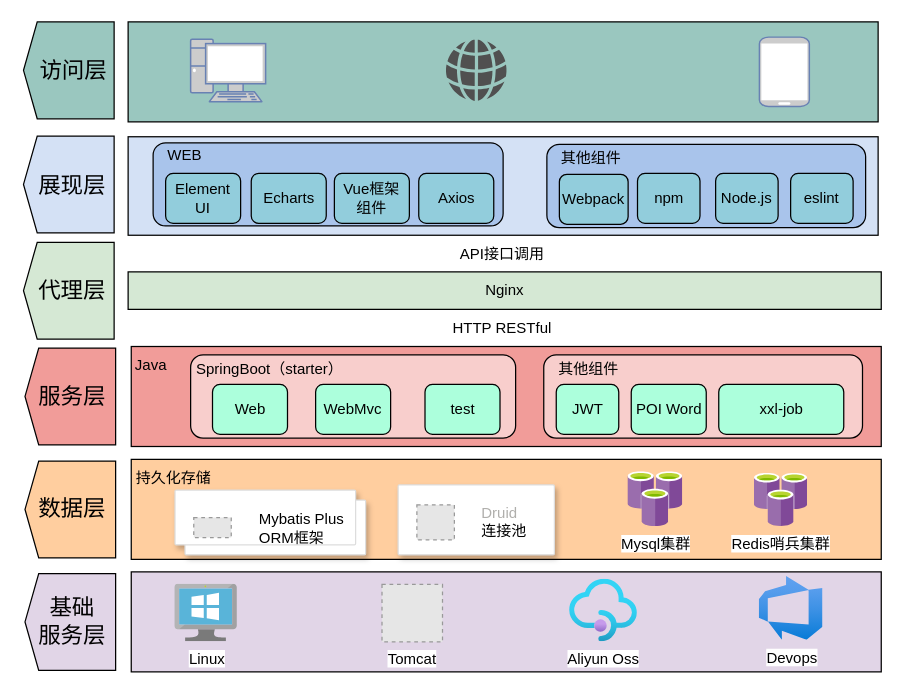
The draw.io diagram 未命名绘图.drawio in PXNPXN/MyHexo, before the edit. Source tidied: cells renumbered, new cells numbered last; positions are measured from the earlier drawing's top-left corner, leaving out a move shared by most shapes. Both pictures are drawn from the tidied source at 125%, with x=0, y=0 at pixel (20, 21). Pictures stored in the file or linked from it are replaced by grey dashed boxes.
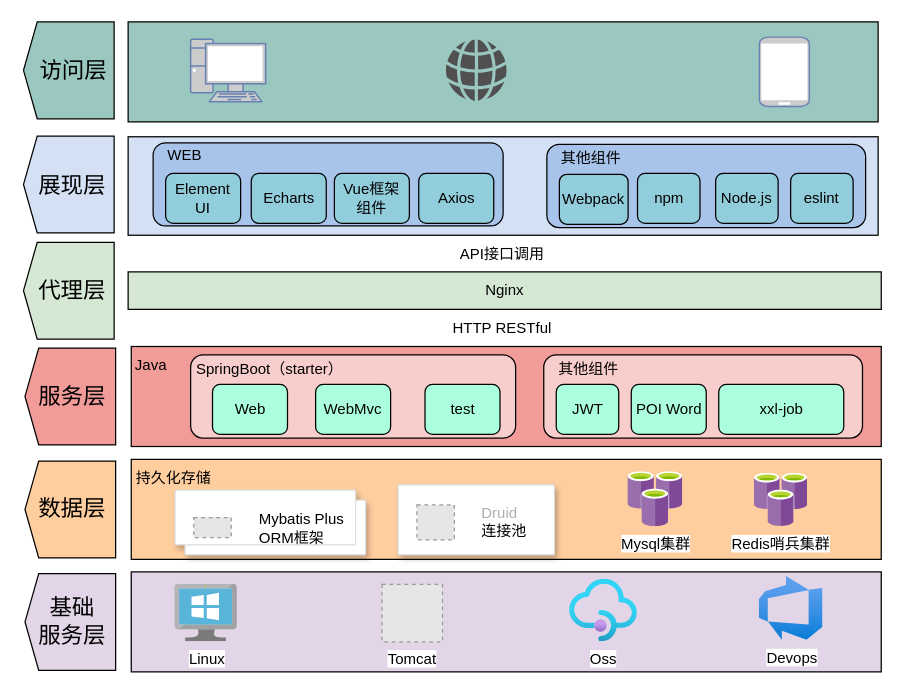
The same diagram, later.

Commit message:
桥梁配置管理系统架构图Java版本.drawio

Diff of the diagram source:
```diff
@@
-    <mxCell id="56" value="Aliyun Oss" style="image;html=1;align=center;fontSize=12;image=img/lib/azure2/app_services/API_Management_Services.svg;" parent="1" vertex="1">
+    <mxCell id="56" value="Oss" style="image;html=1;align=center;fontSize=12;image=img/lib/azure2/app_services/API_Management_Services.svg;" parent="1" vertex="1">
       <mxGeometry x="439.3" y="446" width="54.2" height="50" as="geometry" />
     </mxCell>
```
